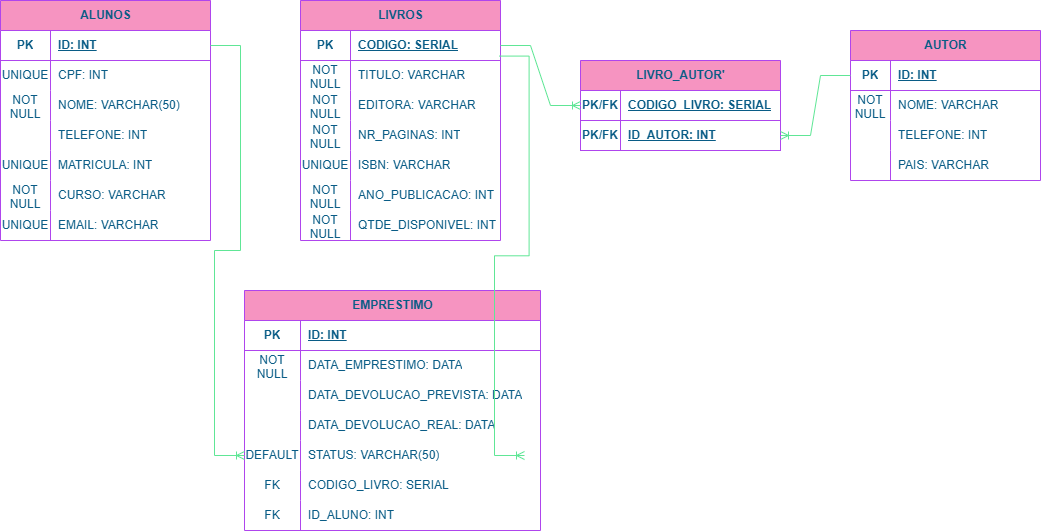
Above: drawio/Sistema da Biblioteca.drawio.png in AliceGeekGirl/Academic-Projects-and-Activities (draw.io), before the change. Source tidied: cells renumbered, new cells last; positions are measured from the earlier drawing's top-left corner, leaving out a move shared by most shapes.
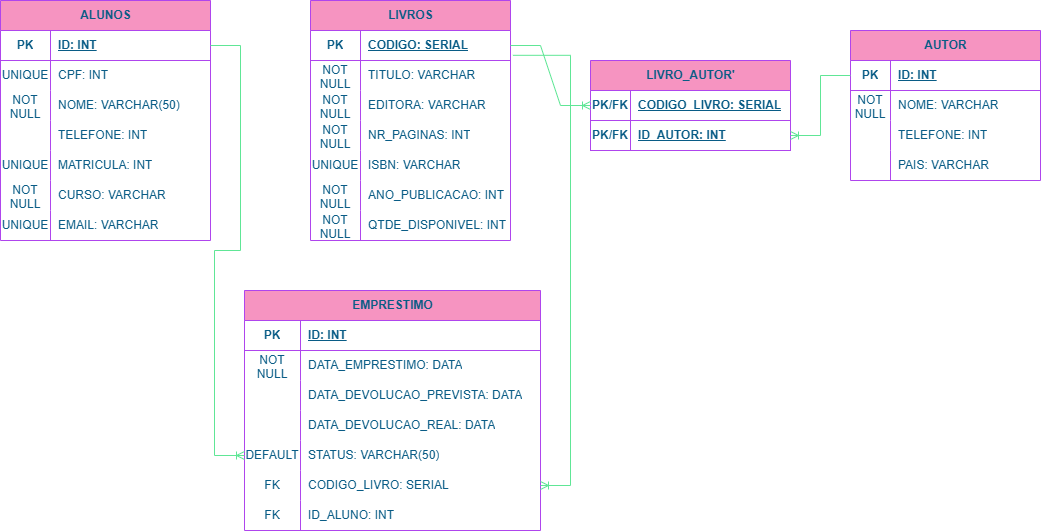
After the commit.

Diff of the diagram source:
```diff
@@ -69,7 +69,7 @@
       <mxGeometry x="50" width="160" height="30" as="geometry" />
     </mxCell>
     <mxCell id="24" value="LIVROS" style="shape=table;startSize=30;rowLines=0;fontStyle=1;align=center;html=1;labelBackgroundColor=none;fillColor=#F694C1;strokeColor=#AF45ED;fontColor=#095C86;" parent="1" vertex="1">
-      <mxGeometry x="300" width="200" height="240" as="geometry" />
+      <mxGeometry x="310" width="200" height="240" as="geometry" />
     </mxCell>
     <mxCell id="25" style="shape=tableRow;horizontal=0;startSize=0;swimlaneHead=0;swimlaneBody=0;fillColor=none;points=[[0,0.5],[1,0.5]];portConstraint=eastwest;top=0;left=0;right=0;bottom=1;labelBackgroundColor=none;strokeColor=#AF45ED;fontColor=#095C86;" parent="24" vertex="1">
       <mxGeometry y="30" width="200" height="30" as="geometry" />
@@ -240,7 +240,7 @@
       <mxGeometry x="40" width="150" height="30" as="geometry" />
     </mxCell>
     <mxCell id="81" value="LIVRO_AUTOR'" style="shape=table;startSize=30;rowLines=0;fontStyle=1;align=center;html=1;labelBackgroundColor=none;fillColor=#F694C1;strokeColor=#AF45ED;fontColor=#095C86;" parent="1" vertex="1">
-      <mxGeometry x="580" y="60" width="200" height="90" as="geometry" />
+      <mxGeometry x="590" y="60" width="200" height="90" as="geometry" />
     </mxCell>
     <mxCell id="82" style="shape=tableRow;horizontal=0;startSize=0;swimlaneHead=0;swimlaneBody=0;fillColor=none;points=[[0,0.5],[1,0.5]];portConstraint=eastwest;top=0;left=0;right=0;bottom=1;labelBackgroundColor=none;strokeColor=#AF45ED;fontColor=#095C86;" parent="81" vertex="1">
       <mxGeometry y="30" width="200" height="30" as="geometry" />
@@ -271,10 +271,8 @@
         <mxPoint x="244" y="455" as="targetPoint" />
       </mxGeometry>
     </mxCell>
-    <mxCell id="91" style="edgeStyle=entityRelationEdgeStyle;fontSize=12;html=1;endArrow=ERoneToMany;rounded=0;strokeColor=#60E696;fontColor=default;exitX=0.993;exitY=0.853;exitDx=0;exitDy=0;exitPerimeter=0;labelBackgroundColor=none;" parent="1" edge="1" source="25">
-      <mxGeometry relative="1" as="geometry">
-        <mxPoint x="524" y="455" as="targetPoint" />
-      </mxGeometry>
-    </mxCell>
+    <mxCell id="92" style="edgeStyle=entityRelationEdgeStyle;fontSize=12;html=1;endArrow=ERoneToMany;rounded=0;strokeColor=#60E696;fontColor=default;exitX=1.012;exitY=0.827;exitDx=0;exitDy=0;labelBackgroundColor=none;exitPerimeter=0;" parent="1" edge="1" source="25" target="62">
+      <mxGeometry relative="1" as="geometry" />
+    </mxCell>
   </root>
 </mxGraphModel>
```
